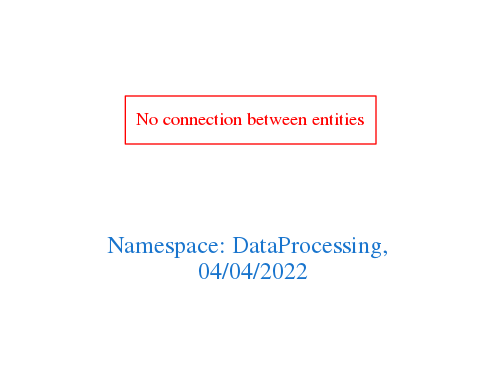
Above: downloads/DataProcessing.png in arago/OGIT (Graphviz), before the change. Its source is kept beside it as downloads/DataProcessing.dot.
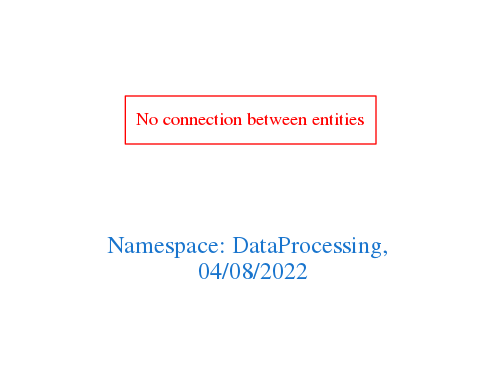
Above is the later version.

What changed in the source:
```diff
@@ -1,7 +1,7 @@
 digraph OGIT_ontology {
  graph [ rankdir= LR,pad=1
 fontsize = 18,
-fontcolor= dodgerblue3,label = "\n\n\nNamespace: DataProcessing, \n 04/04/2022"];
+fontcolor= dodgerblue3,label = "\n\n\nNamespace: DataProcessing, \n 04/08/2022"];
 node[shape=polygon];
 edge [  color="gray81"];
 
```
